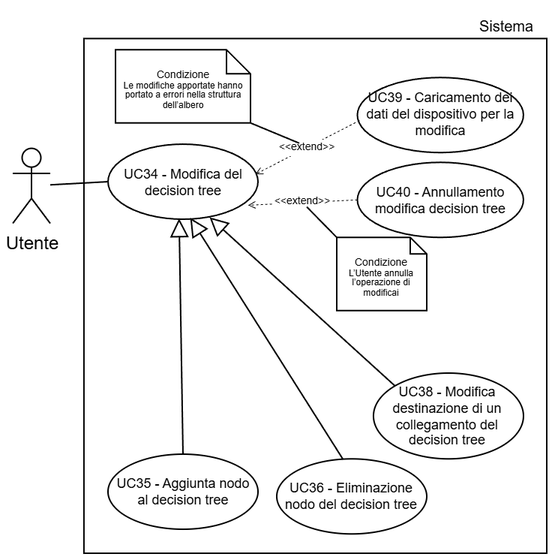
The draw.io diagram Tutti i documenti/Assets/Diagrammi/UC34.png in AtlasTeam9/Documenti, before a commit. Source tidied: cells renumbered, new cells last; positions are measured from the earlier drawing's top-left corner, leaving out a move shared by most shapes.
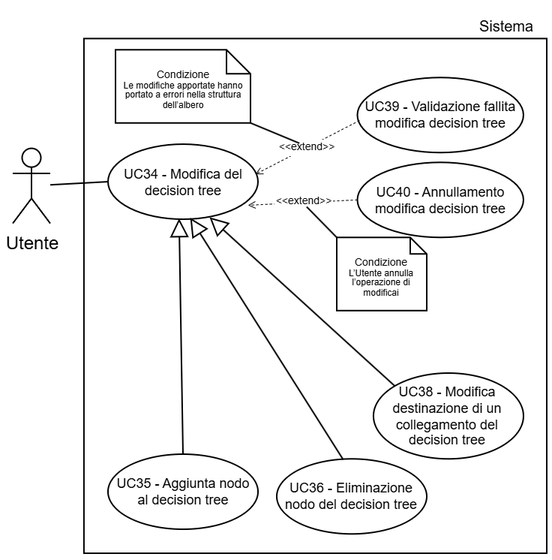
After the commit.

The edit, as a diff of the source:
```diff
@@ -31,7 +31,7 @@
         <mxPoint x="196" y="135.3" as="sourcePoint" />
       </mxGeometry>
     </mxCell>
-    <mxCell id="11" value="&lt;font style=&quot;color: light-dark(rgb(0, 0, 0), rgb(0, 0, 0)); line-height: 100%;&quot;&gt;UC39 - Caricamento dei dati del dispositivo per la modifica&lt;/font&gt;" style="ellipse;whiteSpace=wrap;html=1;strokeColor=light-dark(#000000,#000000);align=center;verticalAlign=middle;fontFamily=Helvetica;fontSize=9;fontColor=default;fillColor=light-dark(#FFFFFF, #ffffff);" parent="1" vertex="1">
+    <mxCell id="11" value="&lt;font style=&quot;color: light-dark(rgb(0, 0, 0), rgb(0, 0, 0)); line-height: 100%;&quot;&gt;UC39 - Validazione fallita modifica decision tree&lt;/font&gt;" style="ellipse;whiteSpace=wrap;html=1;strokeColor=light-dark(#000000,#000000);align=center;verticalAlign=middle;fontFamily=Helvetica;fontSize=9;fontColor=default;fillColor=light-dark(#FFFFFF, #ffffff);" parent="1" vertex="1">
       <mxGeometry x="229.8" y="49.1" width="110.7" height="50" as="geometry" />
     </mxCell>
     <mxCell id="12" value="&amp;lt;&amp;lt;extend&amp;gt;&amp;gt;" style="endArrow=open;endSize=4;dashed=1;html=1;rounded=0;strokeColor=light-dark(#000000,#000000);strokeWidth=0.5;align=center;verticalAlign=middle;fontFamily=Helvetica;fontSize=7;fontColor=light-dark(#000000,#000000);labelBackgroundColor=light-dark(#000000,#FFFFFF);jumpSize=6;curved=0;entryX=0.982;entryY=0.402;entryDx=0;entryDy=0;exitX=0.013;exitY=0.573;exitDx=0;exitDy=0;labelPosition=center;verticalLabelPosition=middle;labelBorderColor=default;exitPerimeter=0;entryPerimeter=0;" parent="1" edge="1" source="11" target="5">
```
